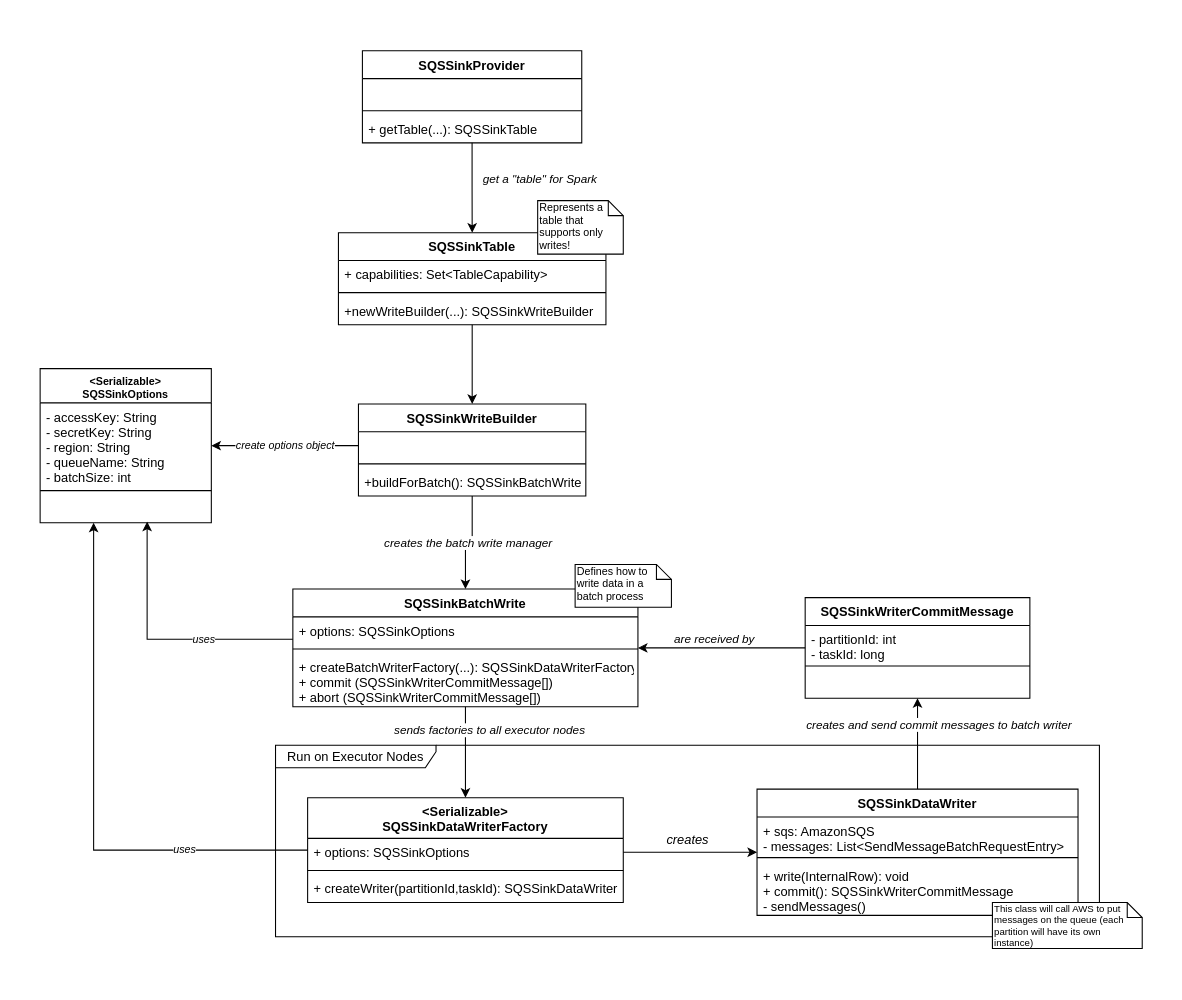
This is doc/Class Diagram.drawio from fabiogouw/spark-aws-messaging, a draw.io file, before an edit. Source tidied: cells renumbered, new cells numbered last; positions are measured from the earlier drawing's top-left corner, leaving out a move shared by most shapes. Both pictures are drawn from the tidied source at 107%, with x=0, y=0 at pixel (40, 50).
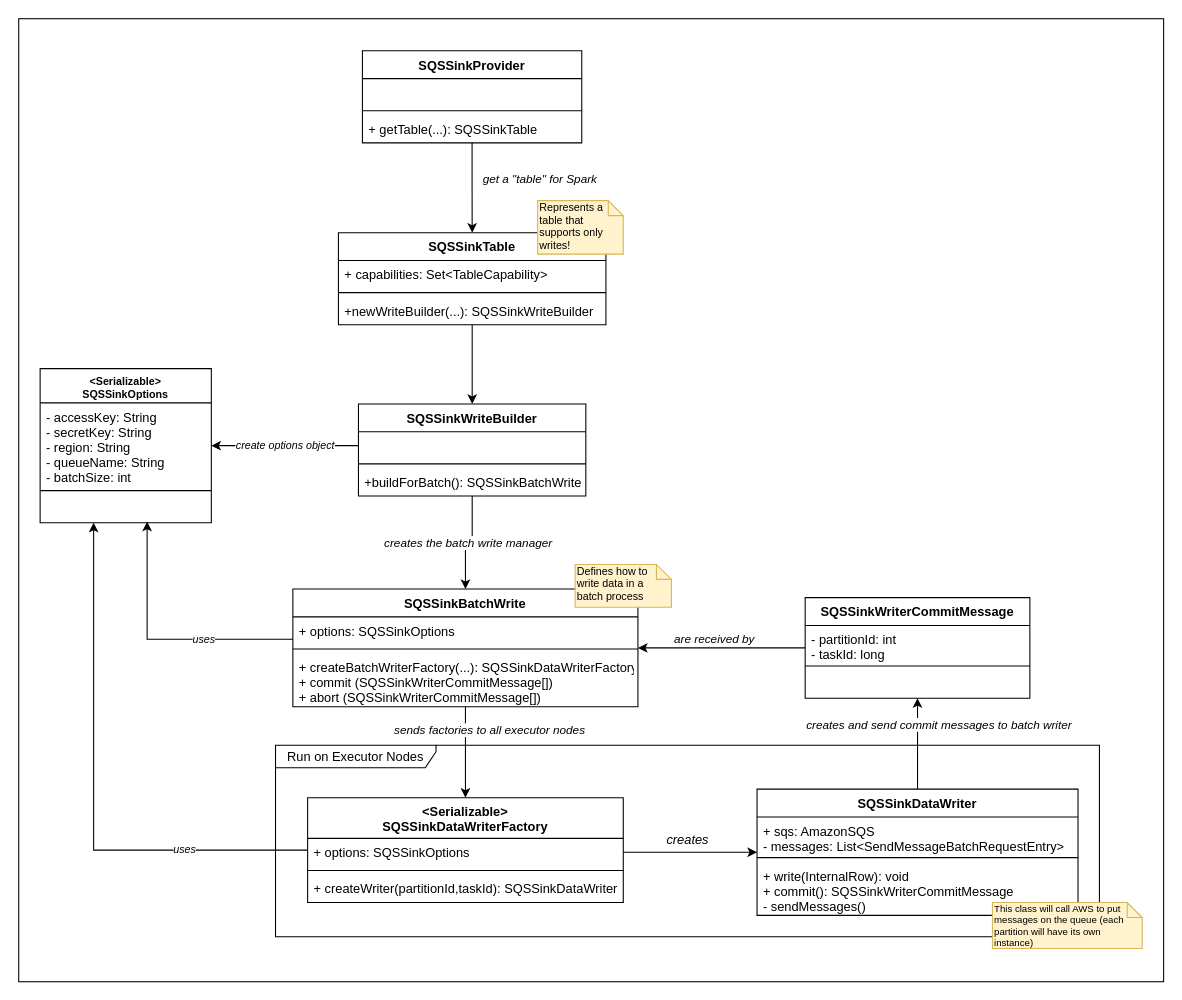
Above is the later version.

Change to the diagram source:
```diff
@@
+    <mxCell id="51" parent="0" />
+    <mxCell id="52" style="rounded=0;whiteSpace=wrap;html=1;" parent="51" vertex="1">
+      <mxGeometry x="-20" y="-30" width="1070" height="900" as="geometry" />
+    </mxCell>
@@
-    <mxCell id="31" value="Defines how to write data in a batch process" style="shape=note;whiteSpace=wrap;html=1;size=14;verticalAlign=top;align=left;spacingTop=-6;fontColor=none;fontSize=10;" parent="1" vertex="1">
+    <mxCell id="31" value="Defines how to write data in a batch process" style="shape=note;whiteSpace=wrap;html=1;size=14;verticalAlign=top;align=left;spacingTop=-6;fontSize=10;fillColor=#fff2cc;strokeColor=#d6b656;" parent="1" vertex="1">
       <mxGeometry x="500" y="480" width="90" height="40" as="geometry" />
     </mxCell>
-    <mxCell id="32" value="This class will call AWS to put messages on the queue (each partition will have its own instance)" style="shape=note;whiteSpace=wrap;html=1;size=14;verticalAlign=top;align=left;spacingTop=-6;fontColor=none;fontSize=9;" parent="1" vertex="1">
+    <mxCell id="32" value="This class will call AWS to put messages on the queue (each partition will have its own instance)" style="shape=note;whiteSpace=wrap;html=1;size=14;verticalAlign=top;align=left;spacingTop=-6;fontSize=9;fillColor=#fff2cc;strokeColor=#d6b656;" parent="1" vertex="1">
       <mxGeometry x="890" y="796" width="140" height="43" as="geometry" />
     </mxCell>
@@
-    <mxCell id="50" value="Represents a table that supports only writes!" style="shape=note;whiteSpace=wrap;html=1;size=14;verticalAlign=top;align=left;spacingTop=-6;fontColor=none;fontSize=10;" parent="1" vertex="1">
+    <mxCell id="50" value="Represents a table that supports only writes!" style="shape=note;whiteSpace=wrap;html=1;size=14;verticalAlign=top;align=left;spacingTop=-6;fontSize=10;fillColor=#fff2cc;strokeColor=#d6b656;" parent="1" vertex="1">
       <mxGeometry x="465" y="140" width="80" height="50" as="geometry" />
     </mxCell>
```
